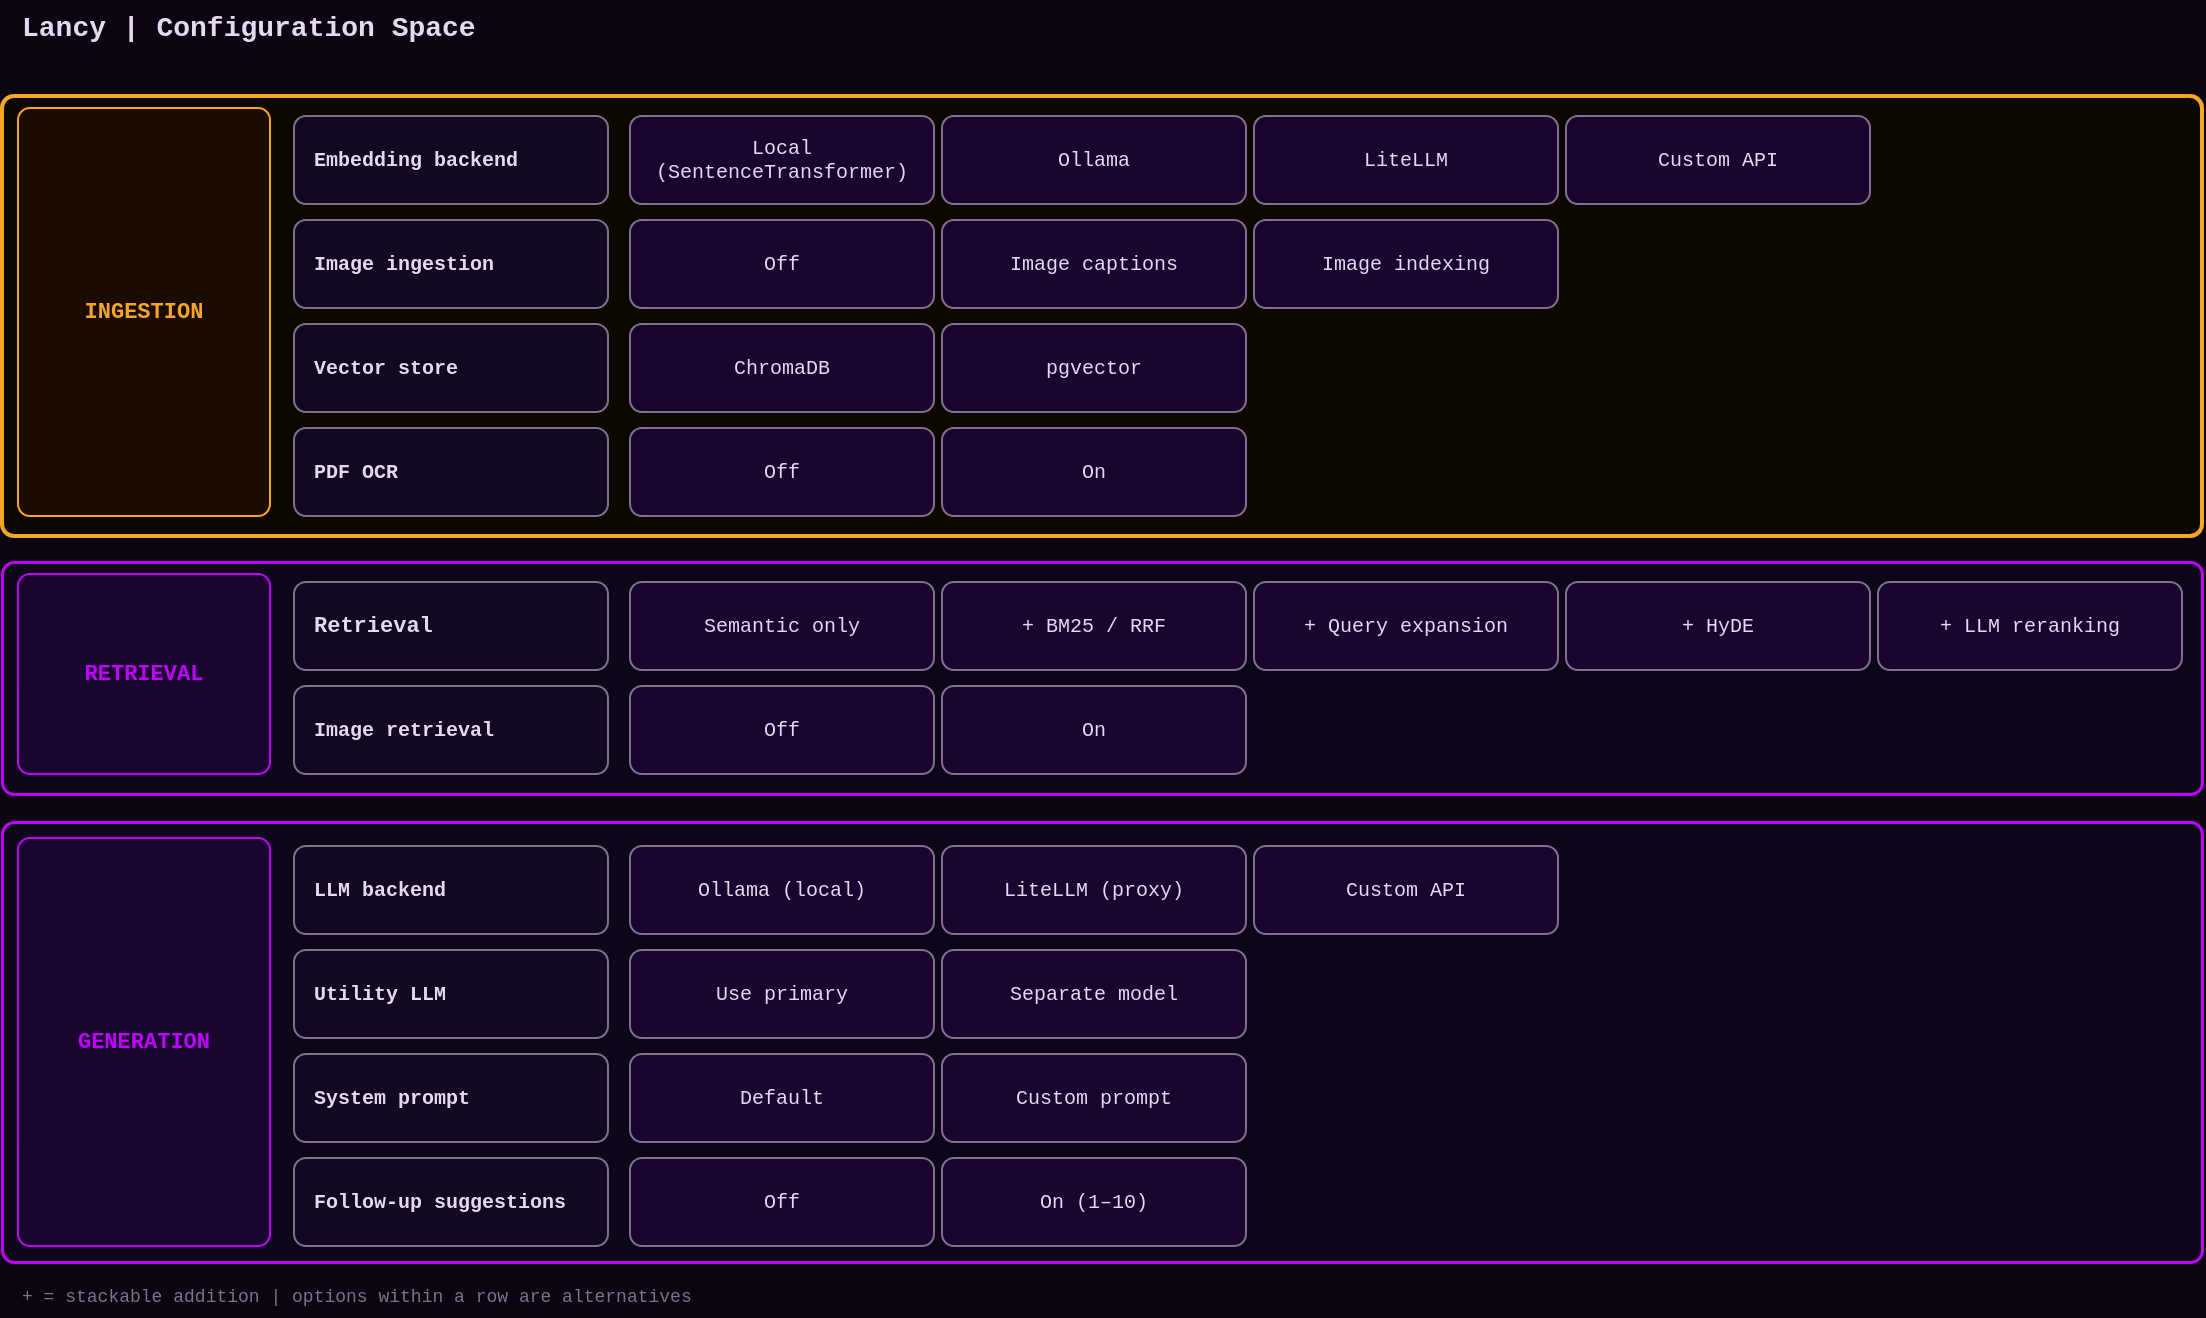
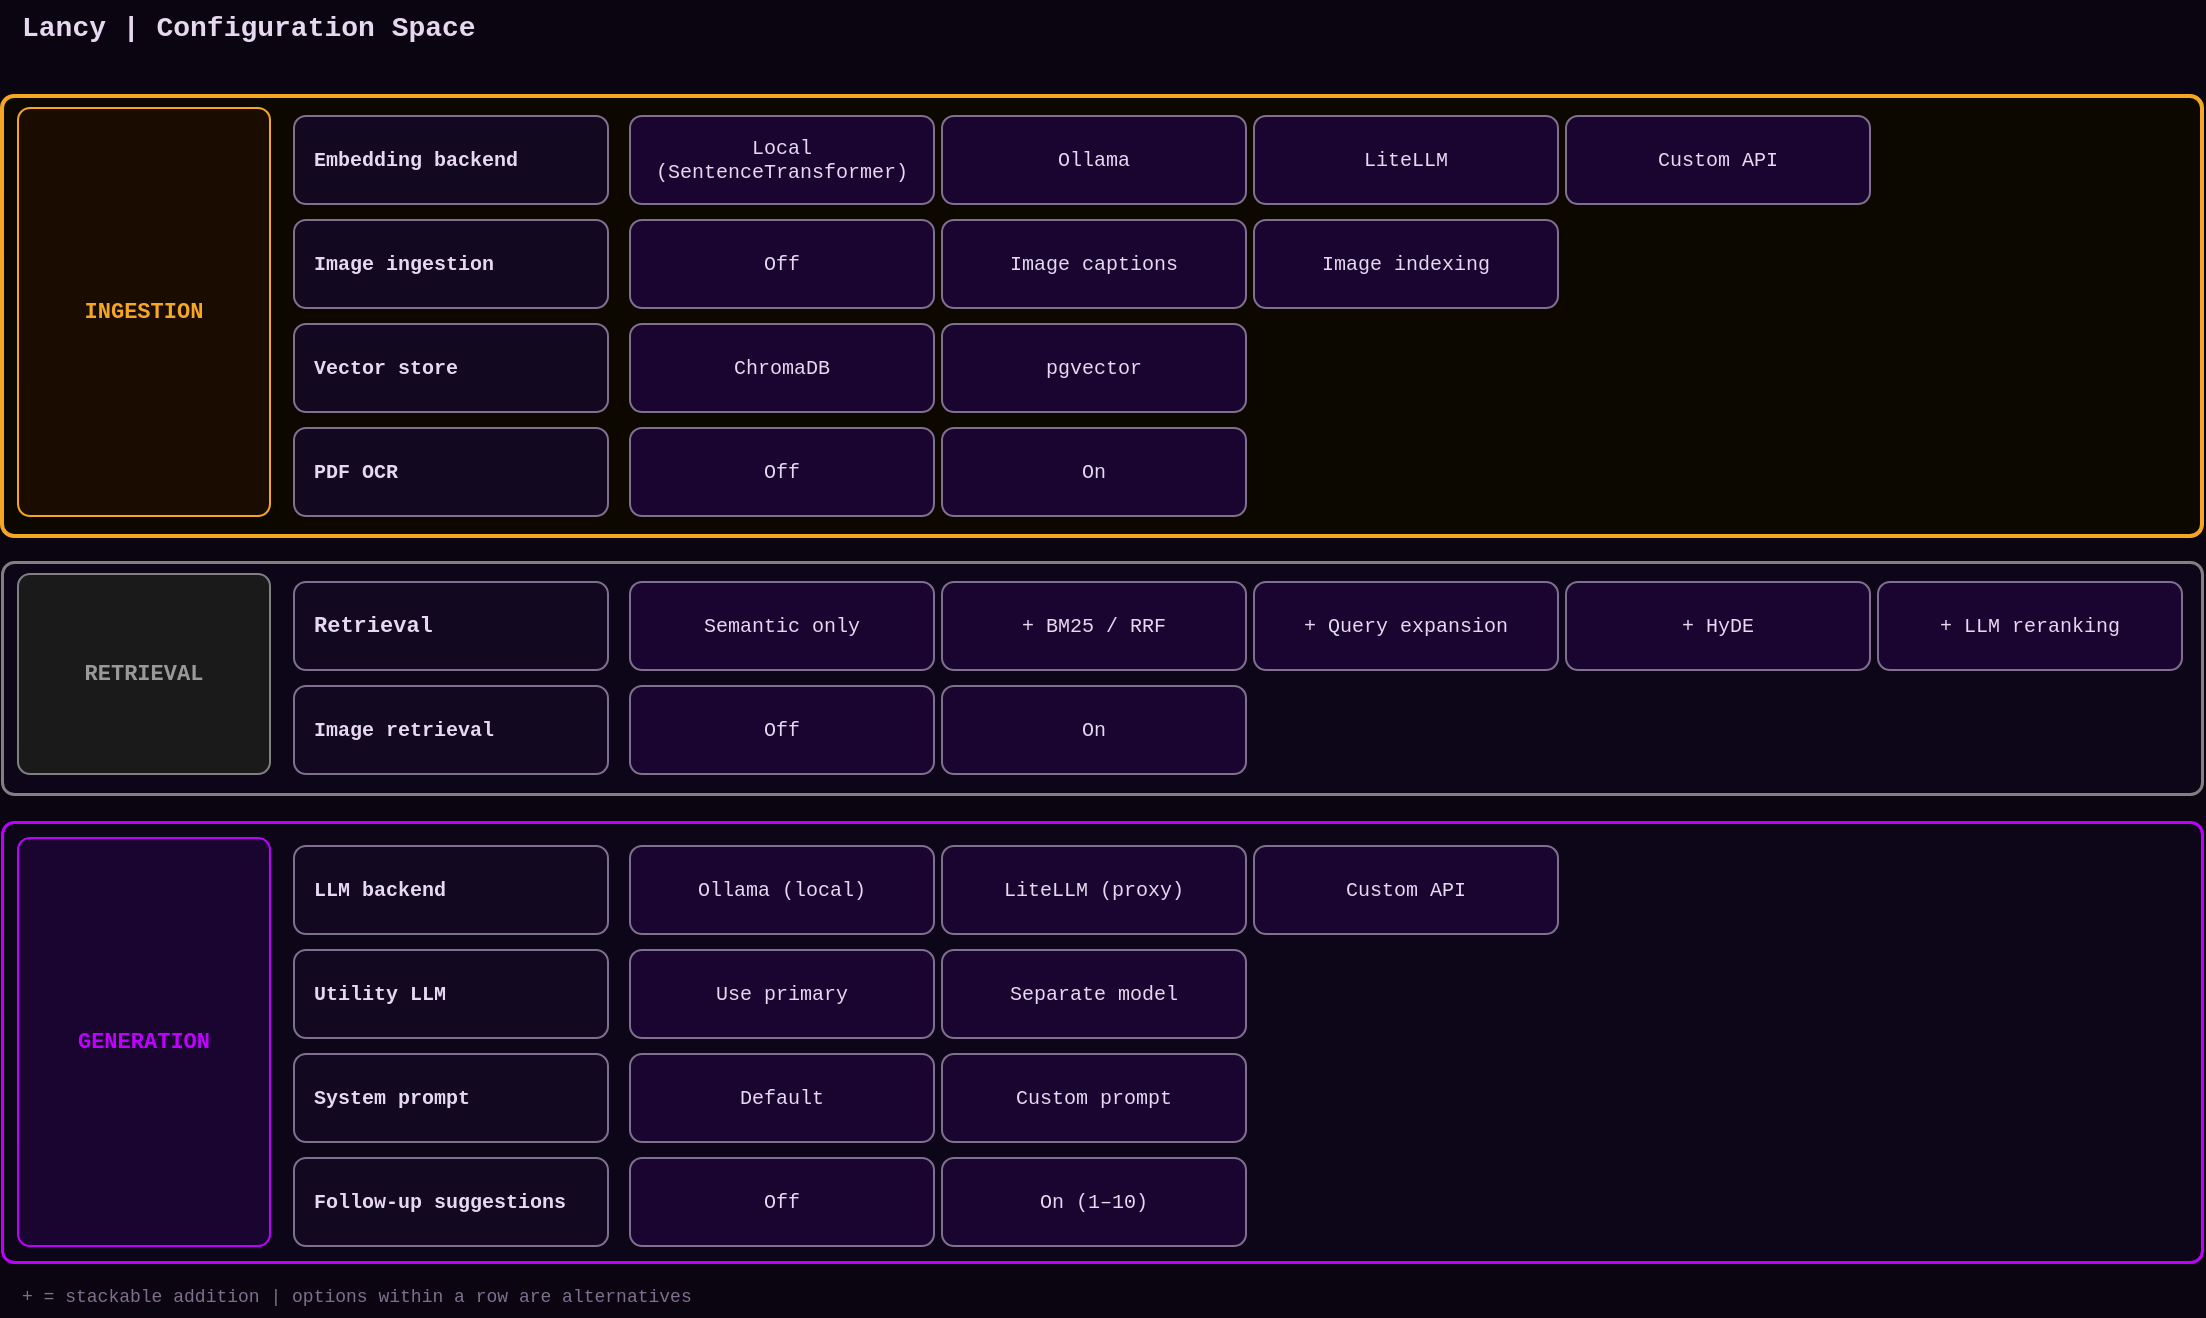
<mxfile host="Electron">
  <diagram id="lancy-morpho-box" name="Morphological Configuration Box">
    <mxGraphModel dx="2054" dy="1196" grid="0" gridSize="10" guides="1" tooltips="1" connect="1" arrows="1" fold="1" page="0" pageScale="1" pageWidth="1600" pageHeight="700" background="#0a0510" math="0" shadow="0">
      <root>
        <mxCell id="0" />
        <mxCell id="1" parent="0" />
        <mxCell id="title" parent="1" style="text;html=1;strokeColor=none;fillColor=none;align=left;verticalAlign=middle;fontColor=#e6d8f0;fontSize=14;fontFamily=Courier New;fontStyle=1;" value="Lancy | Configuration Space" vertex="1">
          <mxGeometry height="28" width="500" x="30" y="32" as="geometry" />
        </mxCell>
        <mxCell id="legend" parent="1" style="text;html=1;strokeColor=none;fillColor=none;align=left;verticalAlign=middle;fontColor=#807090;fontSize=9;fontFamily=Courier New;" value="+ = stackable addition    |    options within a row are alternatives" vertex="1">
          <mxGeometry height="18" width="700" x="30" y="672" as="geometry" />
        </mxCell>
        <mxCell id="c-ing" parent="1" style="rounded=1;whiteSpace=wrap;html=1;fillColor=#0c0800;strokeColor=#f5a623;strokeWidth=2;arcSize=12;align=center;verticalAlign=middle;fontFamily=Helvetica;fontSize=12;fontColor=default;absoluteArcSize=1;" value="" vertex="1">
          <mxGeometry height="220" width="1100" x="22" y="80" as="geometry" />
        </mxCell>
-         <mxCell id="c-ret" parent="1" style="rounded=1;whiteSpace=wrap;html=1;fillColor=#0d0518;strokeColor=#bf00ff;strokeWidth=1.5;arcSize=12;absoluteArcSize=1;" value="" vertex="1">
+         <mxCell id="c-ret" parent="1" style="rounded=1;whiteSpace=wrap;html=1;fillColor=#0d0518;strokeColor=#808080;strokeWidth=1.5;arcSize=12;absoluteArcSize=1;" value="" vertex="1">
          <mxGeometry height="116" width="1100" x="22" y="313" as="geometry" />
        </mxCell>
        <mxCell id="c-gen" parent="1" style="rounded=1;whiteSpace=wrap;html=1;fillColor=#0d0518;strokeColor=#bf00ff;strokeWidth=1.5;arcSize=12;absoluteArcSize=1;" value="" vertex="1">
          <mxGeometry height="220" width="1100" x="22" y="443" as="geometry" />
        </mxCell>
        <mxCell id="d-emb" parent="1" style="rounded=1;whiteSpace=wrap;html=1;fillColor=#120820;strokeColor=#807090;fontColor=#e6d8f0;fontSize=10;fontFamily=Courier New;fontStyle=1;arcSize=12;align=left;verticalAlign=middle;spacingLeft=8;absoluteArcSize=1;" value="Embedding backend" vertex="1">
          <mxGeometry height="44" width="157" x="168" y="90" as="geometry" />
        </mxCell>
        <mxCell id="o-emb-0" parent="1" style="rounded=1;whiteSpace=wrap;html=1;fillColor=#1a0530;strokeColor=#807090;fontColor=#e6d8f0;fontSize=10;fontFamily=Courier New;align=center;verticalAlign=middle;absoluteArcSize=1;arcSize=12;" value="Local&#xa;(SentenceTransformer)" vertex="1">
          <mxGeometry height="44" width="152" x="336" y="90" as="geometry" />
        </mxCell>
        <mxCell id="o-emb-1" parent="1" style="rounded=1;whiteSpace=wrap;html=1;fillColor=#1a0530;strokeColor=#807090;fontColor=#e6d8f0;fontSize=10;fontFamily=Courier New;align=center;verticalAlign=middle;absoluteArcSize=1;arcSize=12;" value="Ollama" vertex="1">
          <mxGeometry height="44" width="152" x="492" y="90" as="geometry" />
        </mxCell>
        <mxCell id="o-emb-2" parent="1" style="rounded=1;whiteSpace=wrap;html=1;fillColor=#1a0530;strokeColor=#807090;fontColor=#e6d8f0;fontSize=10;fontFamily=Courier New;align=center;verticalAlign=middle;absoluteArcSize=1;arcSize=12;" value="LiteLLM" vertex="1">
          <mxGeometry height="44" width="152" x="648" y="90" as="geometry" />
        </mxCell>
        <mxCell id="o-emb-3" parent="1" style="rounded=1;whiteSpace=wrap;html=1;fillColor=#1a0530;strokeColor=#807090;fontColor=#e6d8f0;fontSize=10;fontFamily=Courier New;align=center;verticalAlign=middle;absoluteArcSize=1;arcSize=12;" value="Custom API" vertex="1">
          <mxGeometry height="44" width="152" x="804" y="90" as="geometry" />
        </mxCell>
        <mxCell id="d-img" parent="1" style="rounded=1;whiteSpace=wrap;html=1;fillColor=#120820;strokeColor=#807090;fontColor=#e6d8f0;fontSize=10;fontFamily=Courier New;fontStyle=1;arcSize=12;align=left;verticalAlign=middle;spacingLeft=8;absoluteArcSize=1;" value="&lt;font&gt;Image ingestion&lt;/font&gt;" vertex="1">
          <mxGeometry height="44" width="157" x="168" y="142" as="geometry" />
        </mxCell>
        <mxCell id="o-img-0" parent="1" style="rounded=1;whiteSpace=wrap;html=1;fillColor=#1a0530;strokeColor=#807090;fontColor=#e6d8f0;fontSize=10;fontFamily=Courier New;align=center;verticalAlign=middle;absoluteArcSize=1;arcSize=12;" value="Off" vertex="1">
          <mxGeometry height="44" width="152" x="336" y="142" as="geometry" />
        </mxCell>
        <mxCell id="o-img-1" parent="1" style="rounded=1;whiteSpace=wrap;html=1;fillColor=#1a0530;strokeColor=#807090;fontColor=#e6d8f0;fontSize=10;fontFamily=Courier New;align=center;verticalAlign=middle;absoluteArcSize=1;arcSize=12;" value="Image captions" vertex="1">
          <mxGeometry height="44" width="152" x="492" y="142" as="geometry" />
        </mxCell>
        <mxCell id="o-img-2" parent="1" style="rounded=1;whiteSpace=wrap;html=1;fillColor=#1a0530;strokeColor=#807090;fontColor=#e6d8f0;fontSize=10;fontFamily=Courier New;align=center;verticalAlign=middle;absoluteArcSize=1;arcSize=12;" value="Image indexing" vertex="1">
          <mxGeometry height="44" width="152" x="648" y="142" as="geometry" />
        </mxCell>
        <mxCell id="d-vs" parent="1" style="rounded=1;whiteSpace=wrap;html=1;fillColor=#120820;strokeColor=#807090;fontColor=#e6d8f0;fontSize=10;fontFamily=Courier New;fontStyle=1;arcSize=12;align=left;spacingLeft=8;verticalAlign=middle;absoluteArcSize=1;" value="Vector store" vertex="1">
          <mxGeometry height="44" width="157" x="168" y="194" as="geometry" />
        </mxCell>
        <mxCell id="o-vs-0" parent="1" style="rounded=1;whiteSpace=wrap;html=1;fillColor=#1a0530;strokeColor=#807090;fontColor=#e6d8f0;fontSize=10;fontFamily=Courier New;align=center;verticalAlign=middle;absoluteArcSize=1;arcSize=12;" value="ChromaDB" vertex="1">
          <mxGeometry height="44" width="152" x="336" y="194" as="geometry" />
        </mxCell>
        <mxCell id="o-vs-1" parent="1" style="rounded=1;whiteSpace=wrap;html=1;fillColor=#1a0530;strokeColor=#807090;fontColor=#e6d8f0;fontSize=10;fontFamily=Courier New;align=center;verticalAlign=middle;absoluteArcSize=1;arcSize=12;" value="pgvector" vertex="1">
          <mxGeometry height="44" width="152" x="492" y="194" as="geometry" />
        </mxCell>
        <mxCell id="d-ocr" parent="1" style="rounded=1;whiteSpace=wrap;html=1;fillColor=#120820;strokeColor=#807090;fontColor=#e6d8f0;fontSize=10;fontFamily=Courier New;fontStyle=1;arcSize=12;align=left;spacingLeft=8;verticalAlign=middle;absoluteArcSize=1;" value="PDF OCR" vertex="1">
          <mxGeometry height="44" width="157" x="168" y="246" as="geometry" />
        </mxCell>
        <mxCell id="o-ocr-0" parent="1" style="rounded=1;whiteSpace=wrap;html=1;fillColor=#1a0530;strokeColor=#807090;fontColor=#e6d8f0;fontSize=10;fontFamily=Courier New;align=center;verticalAlign=middle;absoluteArcSize=1;arcSize=12;" value="Off" vertex="1">
          <mxGeometry height="44" width="152" x="336" y="246" as="geometry" />
        </mxCell>
        <mxCell id="o-ocr-1" parent="1" style="rounded=1;whiteSpace=wrap;html=1;fillColor=#1a0530;strokeColor=#807090;fontColor=#e6d8f0;fontSize=10;fontFamily=Courier New;align=center;verticalAlign=middle;absoluteArcSize=1;arcSize=12;" value="On" vertex="1">
          <mxGeometry height="44" width="152" x="492" y="246" as="geometry" />
        </mxCell>
        <mxCell id="d-ret" parent="1" style="rounded=1;whiteSpace=wrap;html=1;fillColor=#120820;strokeColor=#807090;fontColor=#e6d8f0;fontSize=10;fontFamily=Courier New;fontStyle=1;arcSize=12;align=left;spacingLeft=8;absoluteArcSize=1;" value="&lt;font style=&quot;font-size: 11px;&quot;&gt;Retrieval&lt;/font&gt;" vertex="1">
          <mxGeometry height="44" width="157" x="168" y="323" as="geometry" />
        </mxCell>
        <mxCell id="o-ret-0" parent="1" style="rounded=1;whiteSpace=wrap;html=1;fillColor=#1a0530;strokeColor=#807090;fontColor=#e6d8f0;fontSize=10;fontFamily=Courier New;align=center;verticalAlign=middle;absoluteArcSize=1;arcSize=12;" value="Semantic only" vertex="1">
          <mxGeometry height="44" width="152" x="336" y="323" as="geometry" />
        </mxCell>
        <mxCell id="o-ret-1" parent="1" style="rounded=1;whiteSpace=wrap;html=1;fillColor=#1a0530;strokeColor=#807090;fontColor=#e6d8f0;fontSize=10;fontFamily=Courier New;align=center;verticalAlign=middle;absoluteArcSize=1;arcSize=12;" value="+ BM25 / RRF" vertex="1">
          <mxGeometry height="44" width="152" x="492" y="323" as="geometry" />
        </mxCell>
        <mxCell id="o-ret-2" parent="1" style="rounded=1;whiteSpace=wrap;html=1;fillColor=#1a0530;strokeColor=#807090;fontColor=#e6d8f0;fontSize=10;fontFamily=Courier New;align=center;verticalAlign=middle;absoluteArcSize=1;arcSize=12;" value="+ Query expansion" vertex="1">
          <mxGeometry height="44" width="152" x="648" y="323" as="geometry" />
        </mxCell>
        <mxCell id="o-ret-3" parent="1" style="rounded=1;whiteSpace=wrap;html=1;fillColor=#1a0530;strokeColor=#807090;fontColor=#e6d8f0;fontSize=10;fontFamily=Courier New;align=center;verticalAlign=middle;absoluteArcSize=1;arcSize=12;" value="+ HyDE" vertex="1">
          <mxGeometry height="44" width="152" x="804" y="323" as="geometry" />
        </mxCell>
        <mxCell id="o-ret-4" parent="1" style="rounded=1;whiteSpace=wrap;html=1;fillColor=#1a0530;strokeColor=#807090;fontColor=#e6d8f0;fontSize=10;fontFamily=Courier New;align=center;verticalAlign=middle;absoluteArcSize=1;arcSize=12;" value="+ LLM reranking" vertex="1">
          <mxGeometry height="44" width="152" x="960" y="323" as="geometry" />
        </mxCell>
        <mxCell id="d-iret" parent="1" style="rounded=1;whiteSpace=wrap;html=1;fillColor=#120820;strokeColor=#807090;fontColor=#e6d8f0;fontSize=10;fontFamily=Courier New;fontStyle=1;arcSize=12;align=left;spacingLeft=8;verticalAlign=middle;absoluteArcSize=1;" value="Image retrieval" vertex="1">
          <mxGeometry height="44" width="157" x="168" y="375" as="geometry" />
        </mxCell>
        <mxCell id="o-iret-0" parent="1" style="rounded=1;whiteSpace=wrap;html=1;fillColor=#1a0530;strokeColor=#807090;fontColor=#e6d8f0;fontSize=10;fontFamily=Courier New;align=center;verticalAlign=middle;absoluteArcSize=1;arcSize=12;" value="Off" vertex="1">
          <mxGeometry height="44" width="152" x="336" y="375" as="geometry" />
        </mxCell>
        <mxCell id="o-iret-1" parent="1" style="rounded=1;whiteSpace=wrap;html=1;fillColor=#1a0530;strokeColor=#807090;fontColor=#e6d8f0;fontSize=10;fontFamily=Courier New;align=center;verticalAlign=middle;absoluteArcSize=1;arcSize=12;" value="On" vertex="1">
          <mxGeometry height="44" width="152" x="492" y="375" as="geometry" />
        </mxCell>
        <mxCell id="d-llm" parent="1" style="rounded=1;whiteSpace=wrap;html=1;fillColor=#120820;strokeColor=#807090;fontColor=#e6d8f0;fontSize=10;fontFamily=Courier New;fontStyle=1;arcSize=12;align=left;spacingLeft=8;verticalAlign=middle;absoluteArcSize=1;" value="LLM backend" vertex="1">
          <mxGeometry height="44" width="157" x="168" y="455" as="geometry" />
        </mxCell>
        <mxCell id="o-llm-0" parent="1" style="rounded=1;whiteSpace=wrap;html=1;fillColor=#1a0530;strokeColor=#807090;fontColor=#e6d8f0;fontSize=10;fontFamily=Courier New;align=center;verticalAlign=middle;absoluteArcSize=1;arcSize=12;" value="Ollama (local)" vertex="1">
          <mxGeometry height="44" width="152" x="336" y="455" as="geometry" />
        </mxCell>
        <mxCell id="o-llm-1" parent="1" style="rounded=1;whiteSpace=wrap;html=1;fillColor=#1a0530;strokeColor=#807090;fontColor=#e6d8f0;fontSize=10;fontFamily=Courier New;align=center;verticalAlign=middle;absoluteArcSize=1;arcSize=12;" value="LiteLLM (proxy)" vertex="1">
          <mxGeometry height="44" width="152" x="492" y="455" as="geometry" />
        </mxCell>
        <mxCell id="o-llm-2" parent="1" style="rounded=1;whiteSpace=wrap;html=1;fillColor=#1a0530;strokeColor=#807090;fontColor=#e6d8f0;fontSize=10;fontFamily=Courier New;align=center;verticalAlign=middle;absoluteArcSize=1;arcSize=12;" value="Custom API" vertex="1">
          <mxGeometry height="44" width="152" x="648" y="455" as="geometry" />
        </mxCell>
        <mxCell id="d-util" parent="1" style="rounded=1;whiteSpace=wrap;html=1;fillColor=#120820;strokeColor=#807090;fontColor=#e6d8f0;fontSize=10;fontFamily=Courier New;fontStyle=1;arcSize=12;align=left;spacingLeft=8;verticalAlign=middle;absoluteArcSize=1;" value="Utility LLM" vertex="1">
          <mxGeometry height="44" width="157" x="168" y="507" as="geometry" />
        </mxCell>
        <mxCell id="o-util-0" parent="1" style="rounded=1;whiteSpace=wrap;html=1;fillColor=#1a0530;strokeColor=#807090;fontColor=#e6d8f0;fontSize=10;fontFamily=Courier New;align=center;verticalAlign=middle;absoluteArcSize=1;arcSize=12;" value="Use primary" vertex="1">
          <mxGeometry height="44" width="152" x="336" y="507" as="geometry" />
        </mxCell>
        <mxCell id="o-util-1" parent="1" style="rounded=1;whiteSpace=wrap;html=1;fillColor=#1a0530;strokeColor=#807090;fontColor=#e6d8f0;fontSize=10;fontFamily=Courier New;align=center;verticalAlign=middle;absoluteArcSize=1;arcSize=12;" value="Separate model" vertex="1">
          <mxGeometry height="44" width="152" x="492" y="507" as="geometry" />
        </mxCell>
        <mxCell id="d-sys" parent="1" style="rounded=1;whiteSpace=wrap;html=1;fillColor=#120820;strokeColor=#807090;fontColor=#e6d8f0;fontSize=10;fontFamily=Courier New;fontStyle=1;arcSize=12;align=left;spacingLeft=8;verticalAlign=middle;absoluteArcSize=1;" value="System prompt" vertex="1">
          <mxGeometry height="44" width="157" x="168" y="559" as="geometry" />
        </mxCell>
        <mxCell id="o-sys-0" parent="1" style="rounded=1;whiteSpace=wrap;html=1;fillColor=#1a0530;strokeColor=#807090;fontColor=#e6d8f0;fontSize=10;fontFamily=Courier New;align=center;verticalAlign=middle;absoluteArcSize=1;arcSize=12;" value="Default" vertex="1">
          <mxGeometry height="44" width="152" x="336" y="559" as="geometry" />
        </mxCell>
        <mxCell id="o-sys-1" parent="1" style="rounded=1;whiteSpace=wrap;html=1;fillColor=#1a0530;strokeColor=#807090;fontColor=#e6d8f0;fontSize=10;fontFamily=Courier New;align=center;verticalAlign=middle;absoluteArcSize=1;arcSize=12;" value="Custom prompt" vertex="1">
          <mxGeometry height="44" width="152" x="492" y="559" as="geometry" />
        </mxCell>
        <mxCell id="d-fol" parent="1" style="rounded=1;whiteSpace=wrap;html=1;fillColor=#120820;strokeColor=#807090;fontColor=#e6d8f0;fontSize=10;fontFamily=Courier New;fontStyle=1;arcSize=12;align=left;spacingLeft=8;verticalAlign=middle;absoluteArcSize=1;" value="Follow-up suggestions" vertex="1">
          <mxGeometry height="44" width="157" x="168" y="611" as="geometry" />
        </mxCell>
        <mxCell id="o-fol-0" parent="1" style="rounded=1;whiteSpace=wrap;html=1;fillColor=#1a0530;strokeColor=#807090;fontColor=#e6d8f0;fontSize=10;fontFamily=Courier New;align=center;verticalAlign=middle;absoluteArcSize=1;arcSize=12;" value="Off" vertex="1">
          <mxGeometry height="44" width="152" x="336" y="611" as="geometry" />
        </mxCell>
        <mxCell id="o-fol-1" parent="1" style="rounded=1;whiteSpace=wrap;html=1;fillColor=#1a0530;strokeColor=#807090;fontColor=#e6d8f0;fontSize=10;fontFamily=Courier New;align=center;verticalAlign=middle;absoluteArcSize=1;arcSize=12;" value="On (1–10)" vertex="1">
          <mxGeometry height="44" width="152" x="492" y="611" as="geometry" />
        </mxCell>
        <mxCell id="MrXFof0WKz1mfphcE5b_-37" parent="1" style="rounded=1;whiteSpace=wrap;html=1;fillColor=#1a0d00;strokeColor=#f5a623;fontColor=#f5a623;fontSize=11;fontFamily=Courier New;fontStyle=1;arcSize=12;align=center;verticalAlign=middle;absoluteArcSize=1;" value="INGESTION" vertex="1">
          <mxGeometry height="204" width="126" x="30" y="86" as="geometry" />
        </mxCell>
-         <mxCell id="MrXFof0WKz1mfphcE5b_-38" parent="1" style="rounded=1;whiteSpace=wrap;html=1;fillColor=#1a0530;strokeColor=#bf00ff;fontColor=#bf00ff;fontSize=11;fontFamily=Courier New;fontStyle=1;arcSize=12;absoluteArcSize=1;" value="RETRIEVAL" vertex="1">
+         <mxCell id="MrXFof0WKz1mfphcE5b_-38" parent="1" style="rounded=1;whiteSpace=wrap;html=1;fillColor=#1A1A1A;strokeColor=#808080;fontColor=#bf00ff;fontSize=11;fontFamily=Courier New;fontStyle=1;arcSize=12;absoluteArcSize=1;" value="&lt;font style=&quot;color: rgb(153, 153, 153);&quot;&gt;RETRIEVAL&lt;/font&gt;" vertex="1">
          <mxGeometry height="100" width="126" x="30" y="319" as="geometry" />
        </mxCell>
        <mxCell id="MrXFof0WKz1mfphcE5b_-39" parent="1" style="rounded=1;whiteSpace=wrap;html=1;fillColor=#1a0530;strokeColor=#bf00ff;fontColor=#bf00ff;fontSize=11;fontFamily=Courier New;fontStyle=1;arcSize=12;absoluteArcSize=1;" value="GENERATION" vertex="1">
          <mxGeometry height="204" width="126" x="30" y="451" as="geometry" />
        </mxCell>
      </root>
    </mxGraphModel>
  </diagram>
</mxfile>
